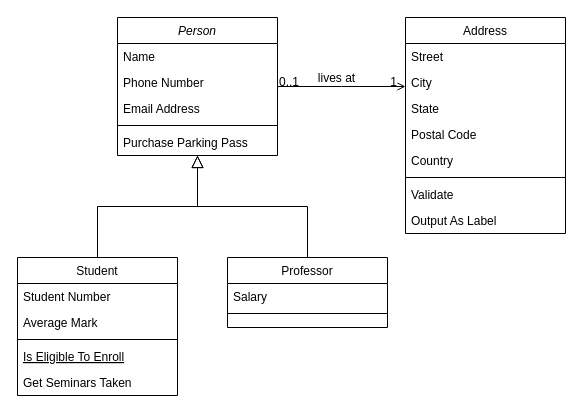
Before: src/main/java/com/teraenergy/common/Untitled Diagram.drawio in hanheena/groupware, a draw.io diagram. Source tidied: cells renumbered, new cells numbered last; positions are measured from the earlier drawing's top-left corner, leaving out a move shared by most shapes. Both pictures are drawn from the tidied source at 100%, with x=0, y=0 at pixel (17, 17).
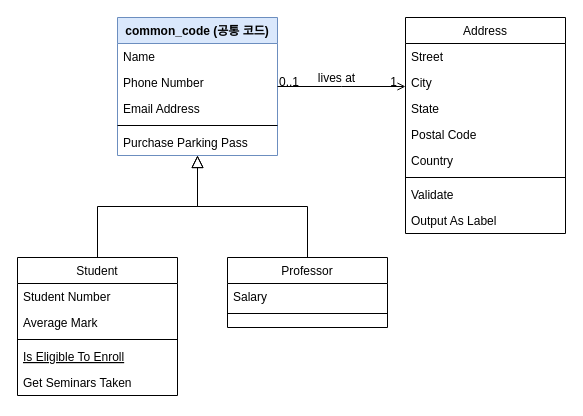
The same page after the edit.

What changed in the source:
```diff
@@
-    <mxCell id="2" value="Person" style="swimlane;fontStyle=2;align=center;verticalAlign=top;horizontal=1;startSize=26;rounded=0;shadow=0;strokeWidth=1;" parent="1" vertex="1">
+    <mxCell id="2" value="common_code (공통 코드)" style="swimlane;fontStyle=1;align=center;verticalAlign=top;horizontal=1;startSize=26;rounded=0;shadow=0;strokeWidth=1;fillColor=#dae8fc;strokeColor=#6c8ebf;" parent="1" vertex="1">
       <mxGeometry x="100" width="160" height="138" as="geometry" />
     </mxCell>
```
